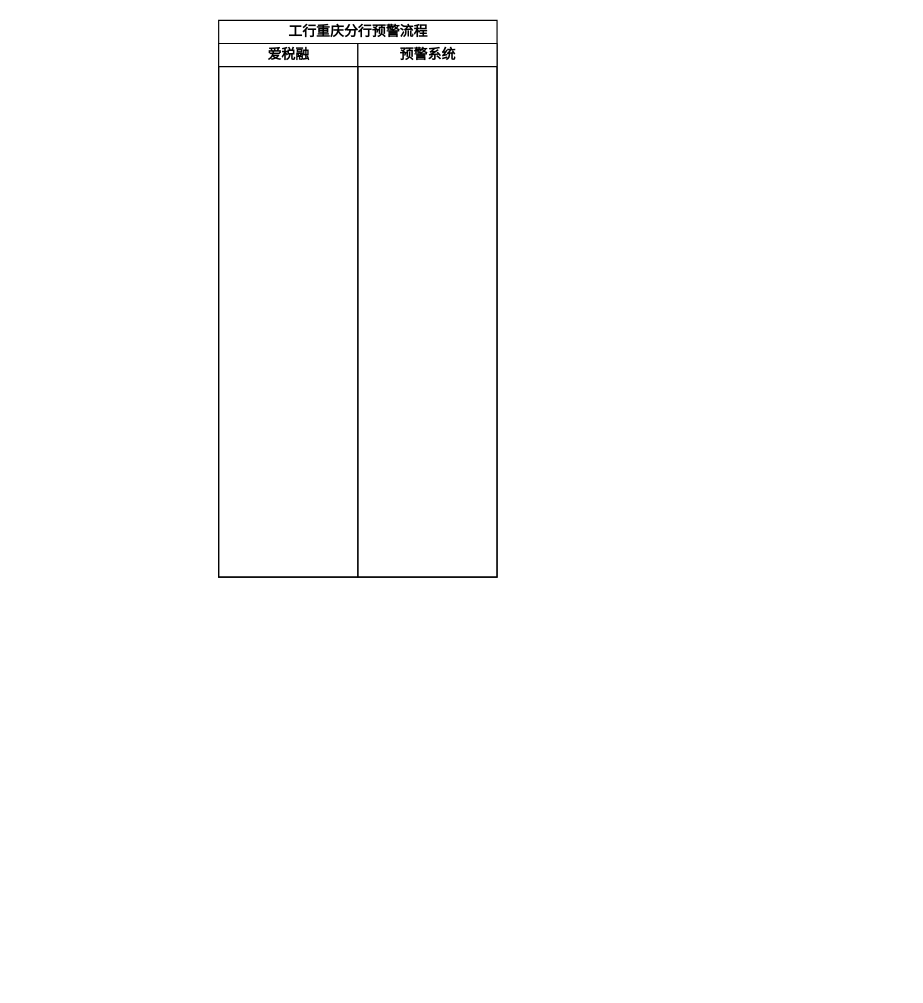
This is 工行重庆分行预警.drawio from quanqiang-li/draw, a draw.io file, before an edit. Source tidied: cells renumbered, new cells numbered last; positions are measured from the earlier drawing's top-left corner, leaving out a move shared by most shapes. Both pictures are drawn from the tidied source at 116%, with x=0, y=0 at pixel (218, 20).
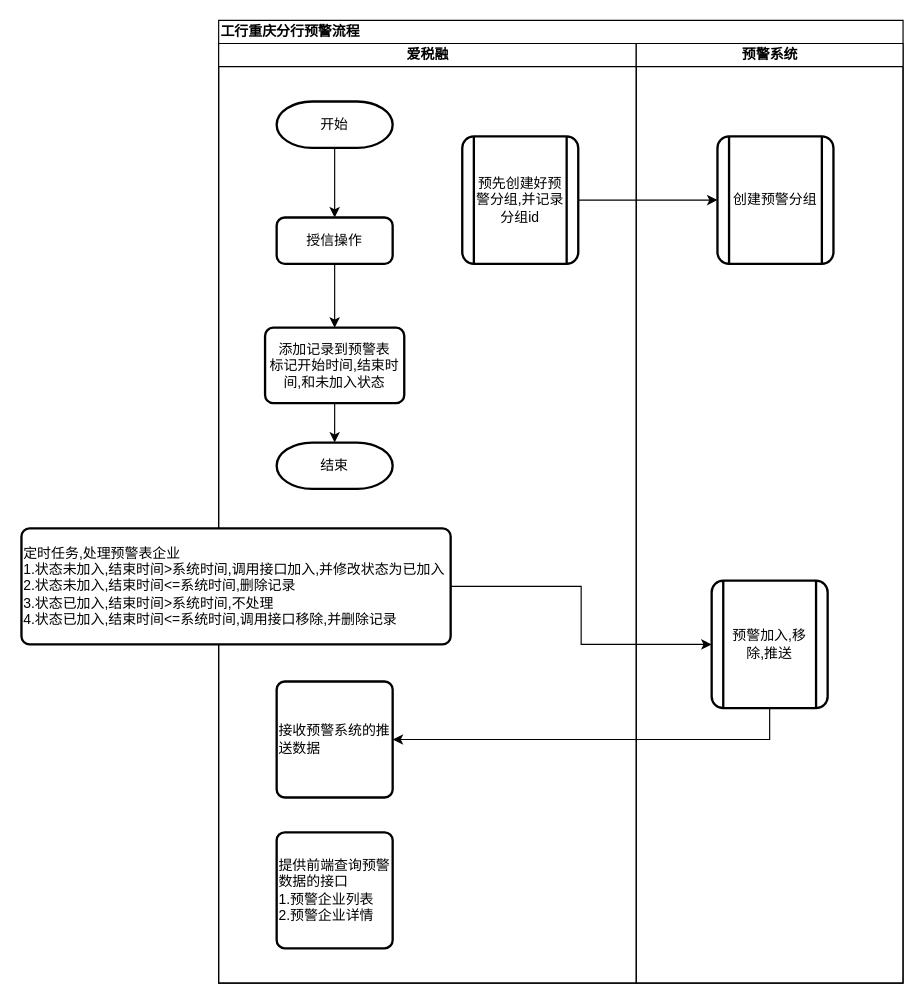
Above is the later version.

Commit message (it also covers changes not shown here):
更新工行重庆分行预警.drawio

What changed in the source:
```diff
@@
-    <mxCell id="2" value="工行重庆分行预警流程" style="swimlane;html=1;startSize=20;" parent="1" vertex="1">
-      <mxGeometry width="240" height="480" as="geometry" />
+    <mxCell id="2" value="工行重庆分行预警流程" style="swimlane;html=1;startSize=20;align=left;" parent="1" vertex="1">
+      <mxGeometry width="590" height="830" as="geometry" />
     </mxCell>
     <mxCell id="3" value="爱税融" style="swimlane;html=1;startSize=20;" parent="2" vertex="1">
-      <mxGeometry y="20" width="120" height="460" as="geometry" />
+      <mxGeometry y="20" width="360" height="810" as="geometry" />
     </mxCell>
+    <mxCell id="5" style="edgeStyle=orthogonalEdgeStyle;rounded=0;jettySize=auto;html=1;" parent="3" edge="1" source="6" target="8">
+      <mxGeometry relative="1" as="geometry" />
+    </mxCell>
+    <mxCell id="6" value="开始" style="strokeWidth=2;html=1;shape=mxgraph.flowchart.terminator;whiteSpace=wrap;" parent="3" vertex="1">
+      <mxGeometry x="50" y="50" width="100" height="40" as="geometry" />
+    </mxCell>
+    <mxCell id="7" style="edgeStyle=orthogonalEdgeStyle;rounded=0;jettySize=auto;html=1;" parent="3" edge="1" source="8" target="10">
+      <mxGeometry relative="1" as="geometry" />
+    </mxCell>
+    <mxCell id="8" value="授信操作" style="rounded=1;whiteSpace=wrap;html=1;absoluteArcSize=1;arcSize=14;strokeWidth=2;" parent="3" vertex="1">
+      <mxGeometry x="50" y="150" width="100" height="40" as="geometry" />
+    </mxCell>
+    <mxCell id="9" style="edgeStyle=orthogonalEdgeStyle;rounded=0;jettySize=auto;html=1;exitX=0.5;exitY=1;exitDx=0;exitDy=0;entryX=0.5;entryY=0;entryDx=0;entryDy=0;entryPerimeter=0;" parent="3" edge="1" source="10" target="11">
+      <mxGeometry relative="1" as="geometry" />
+    </mxCell>
+    <mxCell id="10" value="添加记录到预警表&lt;br&gt;标记开始时间,结束时间,和未加入状态" style="rounded=1;whiteSpace=wrap;html=1;absoluteArcSize=1;arcSize=14;strokeWidth=2;" parent="3" vertex="1">
+      <mxGeometry x="40" y="245" width="120" height="65" as="geometry" />
+    </mxCell>
+    <mxCell id="11" value="结束" style="strokeWidth=2;html=1;shape=mxgraph.flowchart.terminator;whiteSpace=wrap;" parent="3" vertex="1">
+      <mxGeometry x="50" y="344" width="100" height="40" as="geometry" />
+    </mxCell>
+    <mxCell id="12" value="定时任务,处理预警表企业&lt;br&gt;1.状态未加入,结束时间&amp;gt;系统时间,调用接口加入,并修改状态为已加入&lt;br&gt;2.状态未加入,结束时间&amp;lt;=系统时间,删除记录&lt;br&gt;3.状态已加入,结束时间&amp;gt;系统时间,不处理&lt;br&gt;4.状态已加入,结束时间&amp;lt;=系统时间,调用接口移除,并删除记录" style="rounded=1;whiteSpace=wrap;html=1;absoluteArcSize=1;arcSize=14;strokeWidth=2;align=left;" parent="3" vertex="1">
+      <mxGeometry x="-170" y="418" width="370" height="100" as="geometry" />
+    </mxCell>
+    <mxCell id="13" value="接收预警系统的推送数据" style="rounded=1;whiteSpace=wrap;html=1;absoluteArcSize=1;arcSize=14;strokeWidth=2;align=left;" parent="3" vertex="1">
+      <mxGeometry x="50" y="550" width="100" height="100" as="geometry" />
+    </mxCell>
+    <mxCell id="14" value="提供前端查询预警数据的接口&lt;br&gt;1.预警企业列表&lt;br&gt;2.预警企业详情" style="rounded=1;whiteSpace=wrap;html=1;absoluteArcSize=1;arcSize=14;strokeWidth=2;align=left;" parent="3" vertex="1">
+      <mxGeometry x="50" y="680" width="100" height="100" as="geometry" />
+    </mxCell>
+    <mxCell id="15" value="预先创建好预警分组,并记录分组id" style="verticalLabelPosition=middle;verticalAlign=middle;html=1;strokeWidth=2;shape=process;whiteSpace=wrap;rounded=1;size=0;arcSize=10;labelPosition=center;align=center;" parent="3" vertex="1">
+      <mxGeometry x="210" y="80" width="100" height="110" as="geometry" />
+    </mxCell>
     <mxCell id="4" value="预警系统" style="swimlane;html=1;startSize=20;" parent="2" vertex="1">
-      <mxGeometry x="120" y="20" width="120" height="460" as="geometry" />
+      <mxGeometry x="360" y="20" width="230" height="810" as="geometry" />
     </mxCell>
+    <mxCell id="16" value="预警加入,移除,推送" style="verticalLabelPosition=middle;verticalAlign=middle;html=1;strokeWidth=2;shape=process;whiteSpace=wrap;rounded=1;size=0;arcSize=10;labelPosition=center;align=center;" parent="4" vertex="1">
+      <mxGeometry x="65" y="463" width="100" height="110" as="geometry" />
+    </mxCell>
+    <mxCell id="17" value="创建预警分组" style="verticalLabelPosition=middle;verticalAlign=middle;html=1;strokeWidth=2;shape=process;whiteSpace=wrap;rounded=1;size=0;arcSize=10;labelPosition=center;align=center;" parent="4" vertex="1">
+      <mxGeometry x="70" y="80" width="100" height="110" as="geometry" />
+    </mxCell>
+    <mxCell id="18" style="edgeStyle=orthogonalEdgeStyle;rounded=0;jettySize=auto;html=1;entryX=0;entryY=0.5;entryDx=0;entryDy=0;" parent="2" edge="1" source="12" target="16">
+      <mxGeometry relative="1" as="geometry" />
+    </mxCell>
+    <mxCell id="19" style="edgeStyle=orthogonalEdgeStyle;rounded=0;jettySize=auto;html=1;entryX=1;entryY=0.5;entryDx=0;entryDy=0;" parent="2" edge="1" source="16" target="13">
+      <mxGeometry relative="1" as="geometry">
+        <Array as="points">
+          <mxPoint x="475" y="620" />
+        </Array>
+      </mxGeometry>
+    </mxCell>
+    <mxCell id="20" style="edgeStyle=orthogonalEdgeStyle;rounded=0;jettySize=auto;html=1;entryX=0;entryY=0.5;entryDx=0;entryDy=0;" parent="2" edge="1" source="15" target="17">
+      <mxGeometry relative="1" as="geometry" />
+    </mxCell>
```
